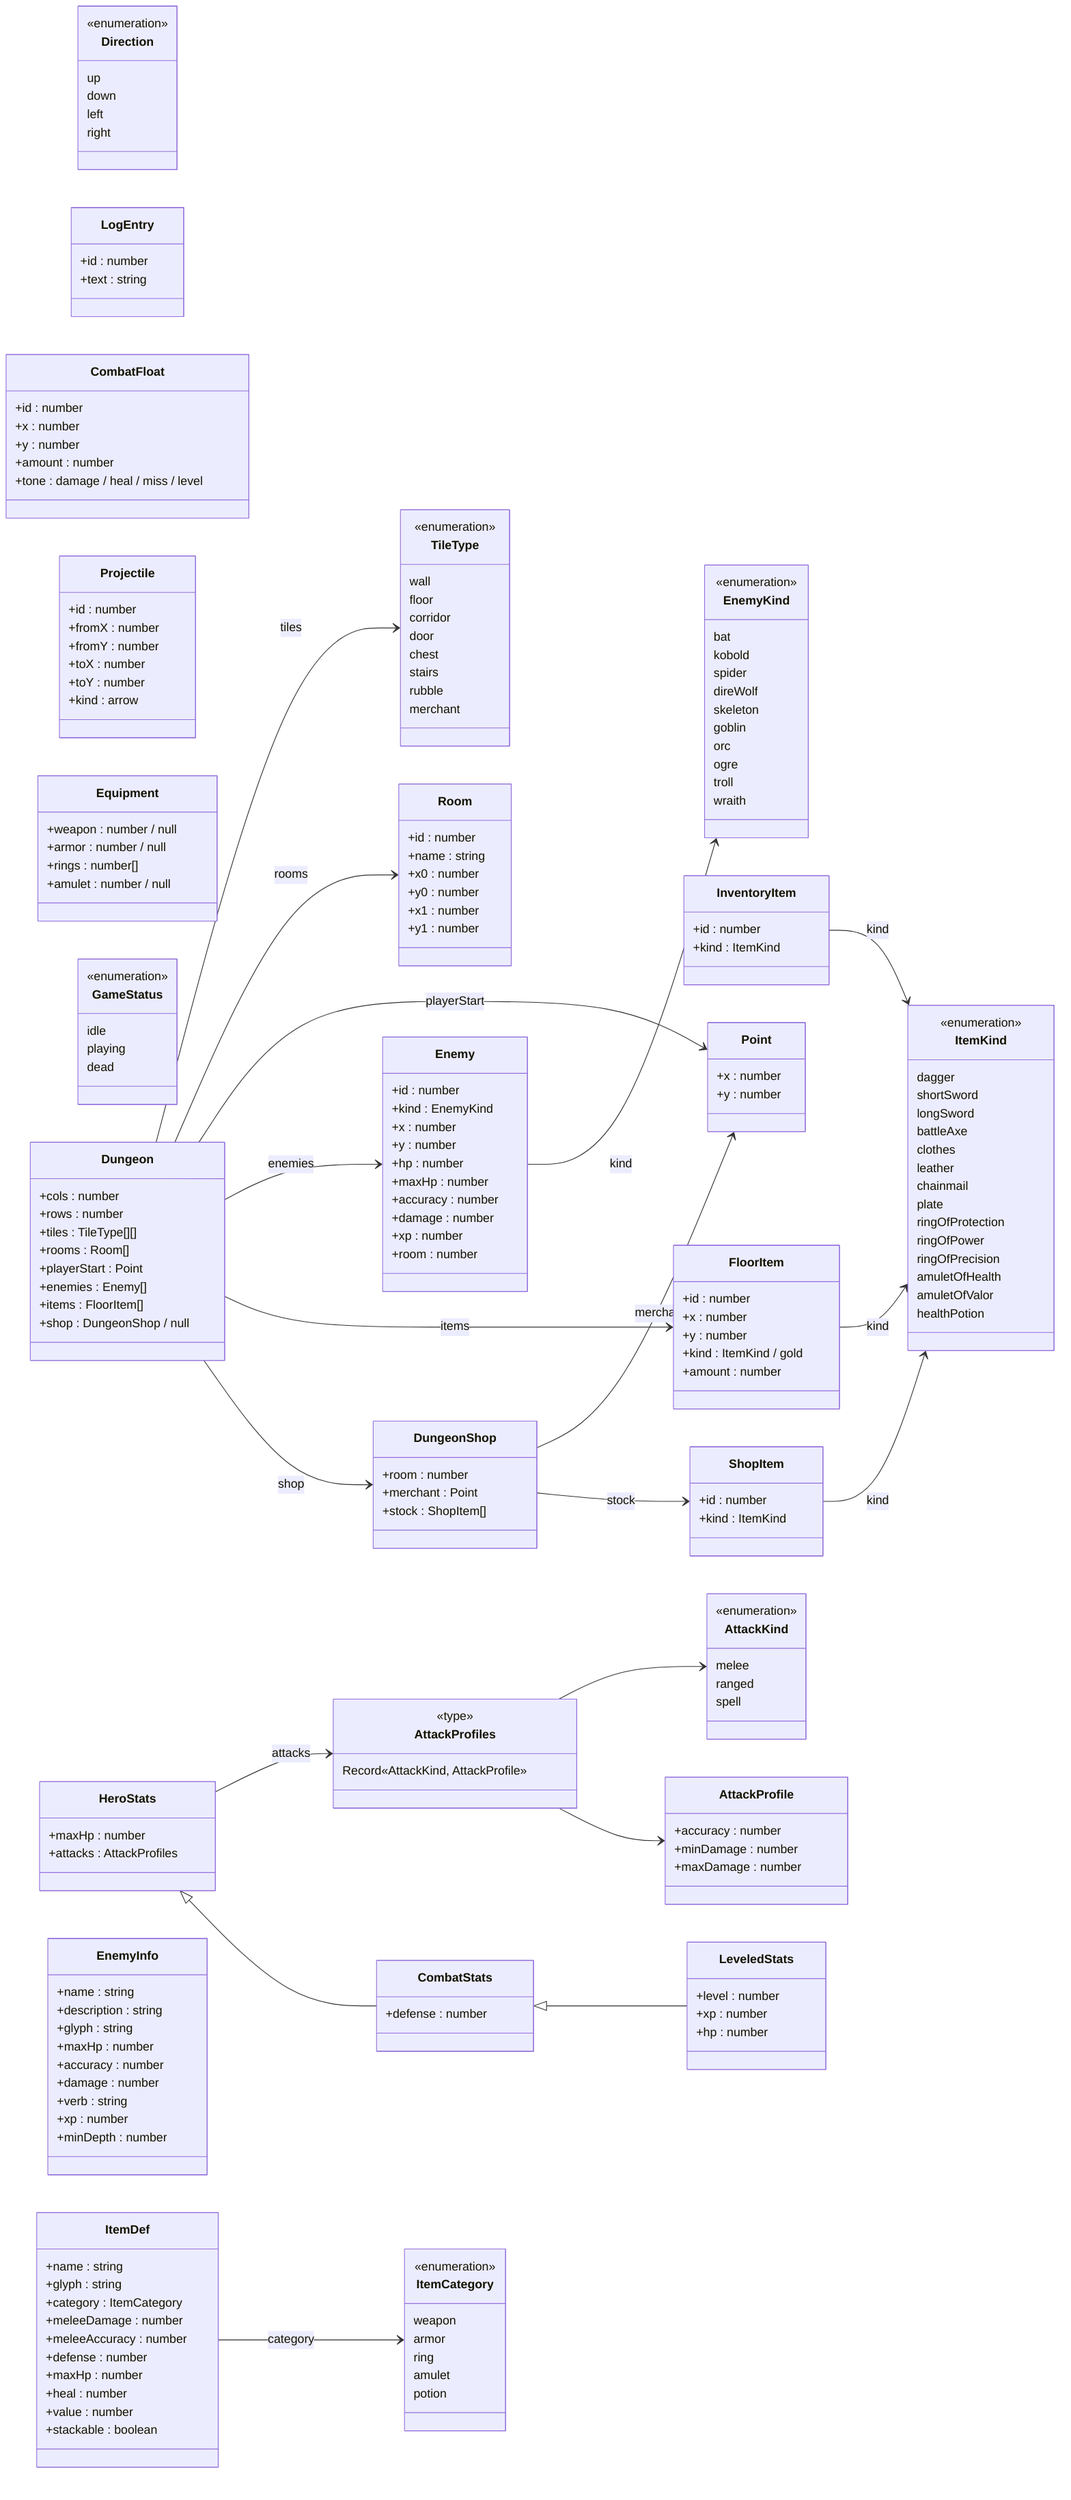
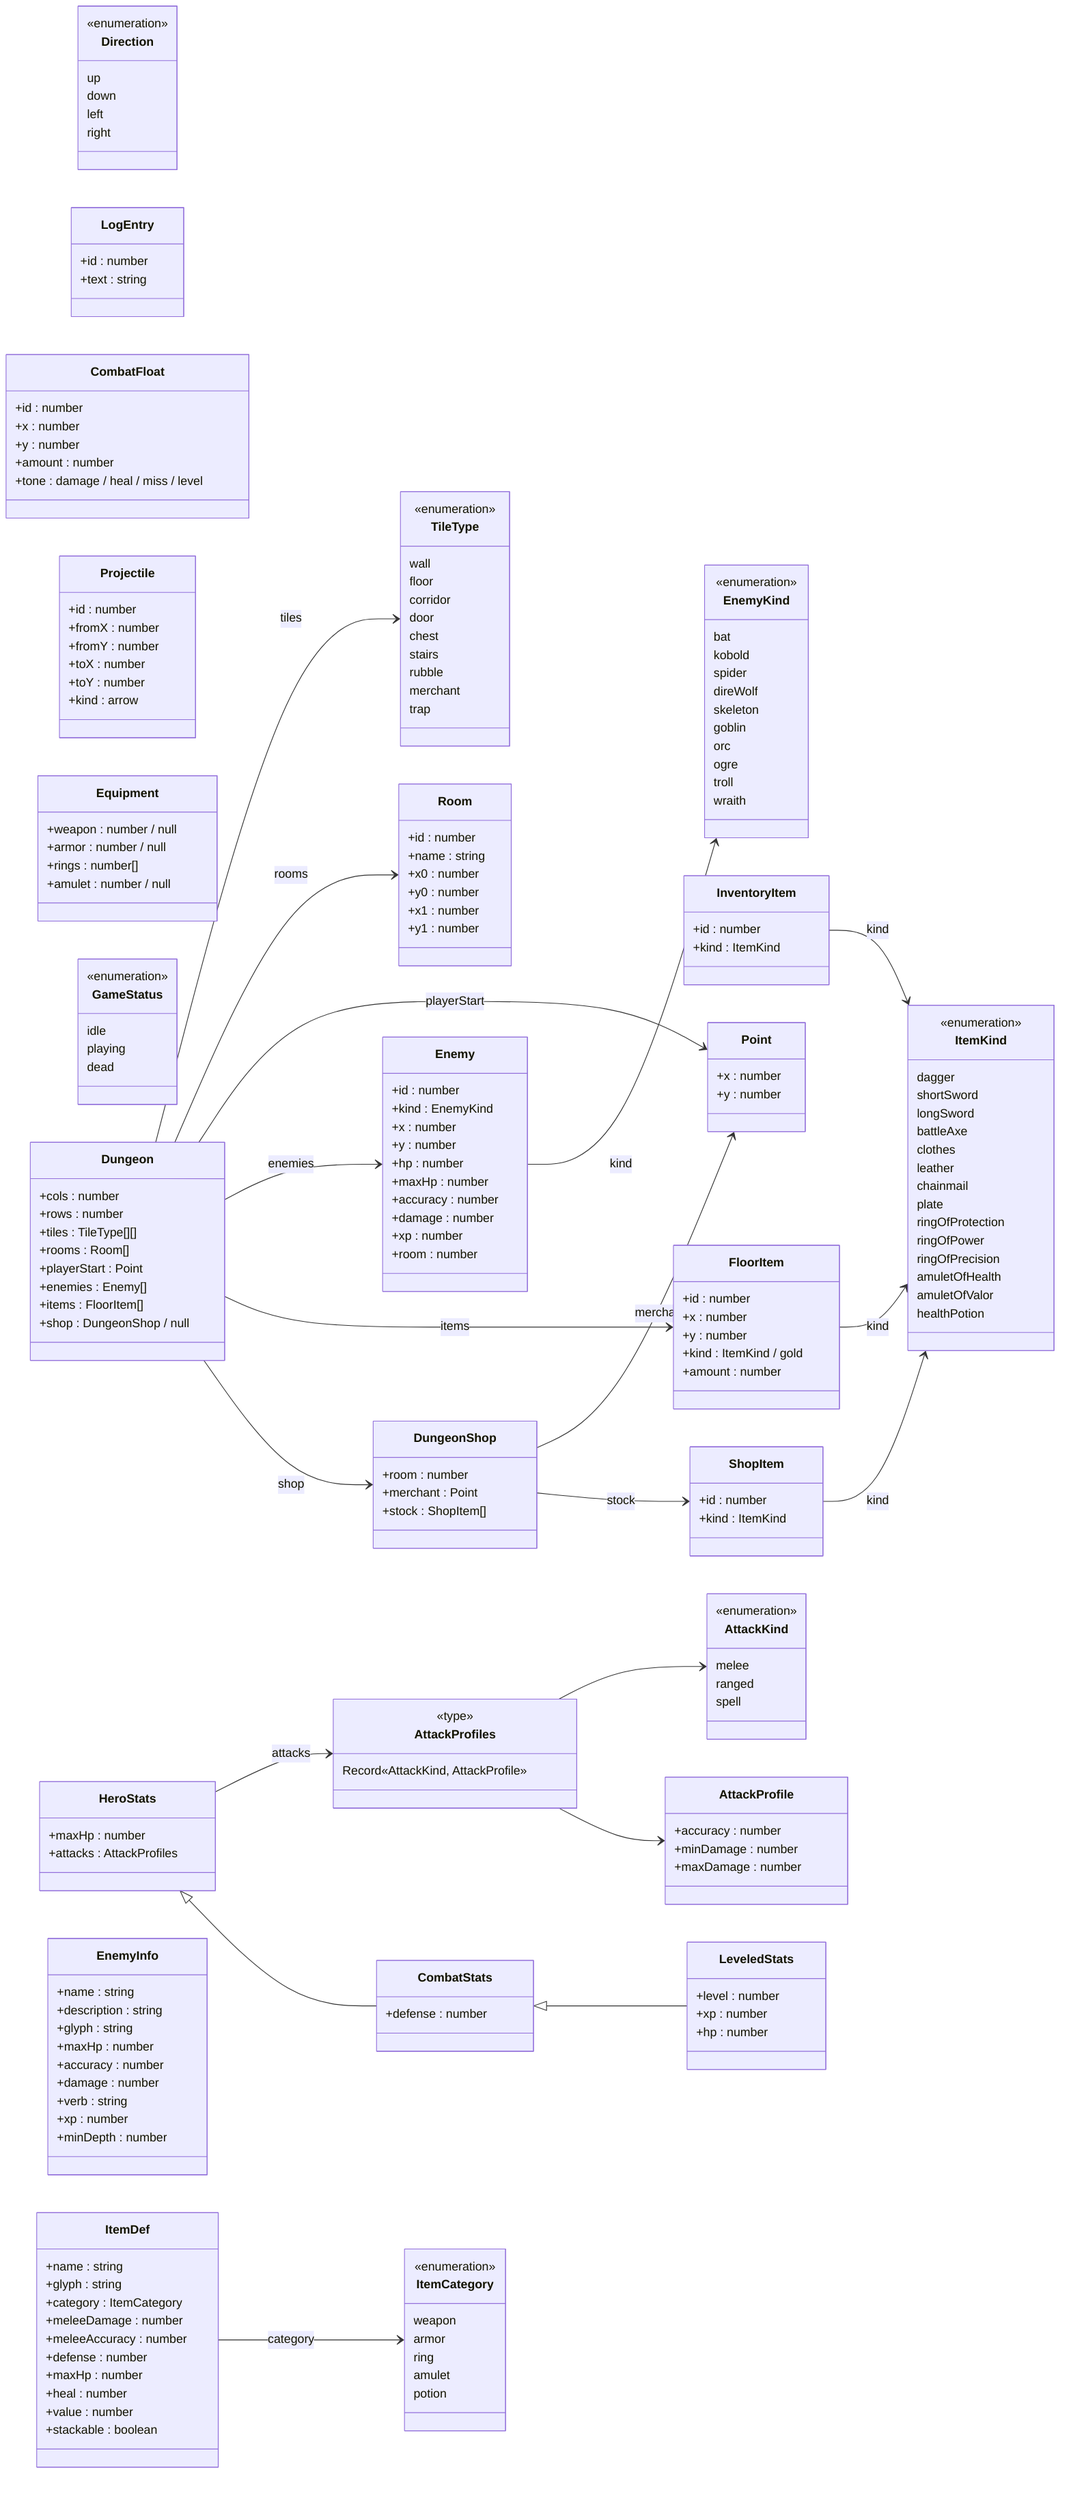
classDiagram
  direction LR
  class Point {
    +x : number
    +y : number
  }
  class Direction {
    <<enumeration>>
    up
    down
    left
    right
  }
  class TileType {
    <<enumeration>>
    wall
    floor
    corridor
    door
    chest
    stairs
    rubble
    merchant
+     trap
  }
  class Room {
    +id : number
    +name : string
    +x0 : number
    +y0 : number
    +x1 : number
    +y1 : number
  }
  class LogEntry {
    +id : number
    +text : string
  }
  class CombatFloat {
    +id : number
    +x : number
    +y : number
    +amount : number
    +tone : damage / heal / miss / level
  }
  class Projectile {
    +id : number
    +fromX : number
    +fromY : number
    +toX : number
    +toY : number
    +kind : arrow
  }
  class InventoryItem {
    +id : number
    +kind : ItemKind
  }
  class FloorItem {
    +id : number
    +x : number
    +y : number
    +kind : ItemKind / gold
    +amount : number
  }
  class Equipment {
    +weapon : number / null
    +armor : number / null
    +rings : number[]
    +amulet : number / null
  }
  class AttackKind {
    <<enumeration>>
    melee
    ranged
    spell
  }
  class AttackProfile {
    +accuracy : number
    +minDamage : number
    +maxDamage : number
  }
  class AttackProfiles {
    <<type>>
    Record«AttackKind, AttackProfile»
  }
  class Enemy {
    +id : number
    +kind : EnemyKind
    +x : number
    +y : number
    +hp : number
    +maxHp : number
    +accuracy : number
    +damage : number
    +xp : number
    +room : number
  }
  class GameStatus {
    <<enumeration>>
    idle
    playing
    dead
  }
  class HeroStats {
    +maxHp : number
    +attacks : AttackProfiles
  }
  class CombatStats {
    +defense : number
  }
  class LeveledStats {
    +level : number
    +xp : number
    +hp : number
  }
  class Dungeon {
    +cols : number
    +rows : number
    +tiles : TileType[][]
    +rooms : Room[]
    +playerStart : Point
    +enemies : Enemy[]
    +items : FloorItem[]
    +shop : DungeonShop / null
  }
  class ShopItem {
    +id : number
    +kind : ItemKind
  }
  class DungeonShop {
    +room : number
    +merchant : Point
    +stock : ShopItem[]
  }
  class EnemyKind {
    <<enumeration>>
    bat
    kobold
    spider
    direWolf
    skeleton
    goblin
    orc
    ogre
    troll
    wraith
  }
  class EnemyInfo {
    +name : string
    +description : string
    +glyph : string
    +maxHp : number
    +accuracy : number
    +damage : number
    +verb : string
    +xp : number
    +minDepth : number
  }
  class ItemCategory {
    <<enumeration>>
    weapon
    armor
    ring
    amulet
    potion
  }
  class ItemKind {
    <<enumeration>>
    dagger
    shortSword
    longSword
    battleAxe
    clothes
    leather
    chainmail
    plate
    ringOfProtection
    ringOfPower
    ringOfPrecision
    amuletOfHealth
    amuletOfValor
    healthPotion
  }
  class ItemDef {
    +name : string
    +glyph : string
    +category : ItemCategory
    +meleeDamage : number
    +meleeAccuracy : number
    +defense : number
    +maxHp : number
    +heal : number
    +value : number
    +stackable : boolean
  }
  InventoryItem --> ItemKind : kind
  FloorItem --> ItemKind : kind
  AttackProfiles --> AttackKind
  AttackProfiles --> AttackProfile
  Enemy --> EnemyKind : kind
  HeroStats --> AttackProfiles : attacks
  HeroStats <|-- CombatStats
  CombatStats <|-- LeveledStats
  Dungeon --> TileType : tiles
  Dungeon --> Room : rooms
  Dungeon --> Point : playerStart
  Dungeon --> Enemy : enemies
  Dungeon --> FloorItem : items
  Dungeon --> DungeonShop : shop
  ShopItem --> ItemKind : kind
  DungeonShop --> Point : merchant
  DungeonShop --> ShopItem : stock
  ItemDef --> ItemCategory : category
